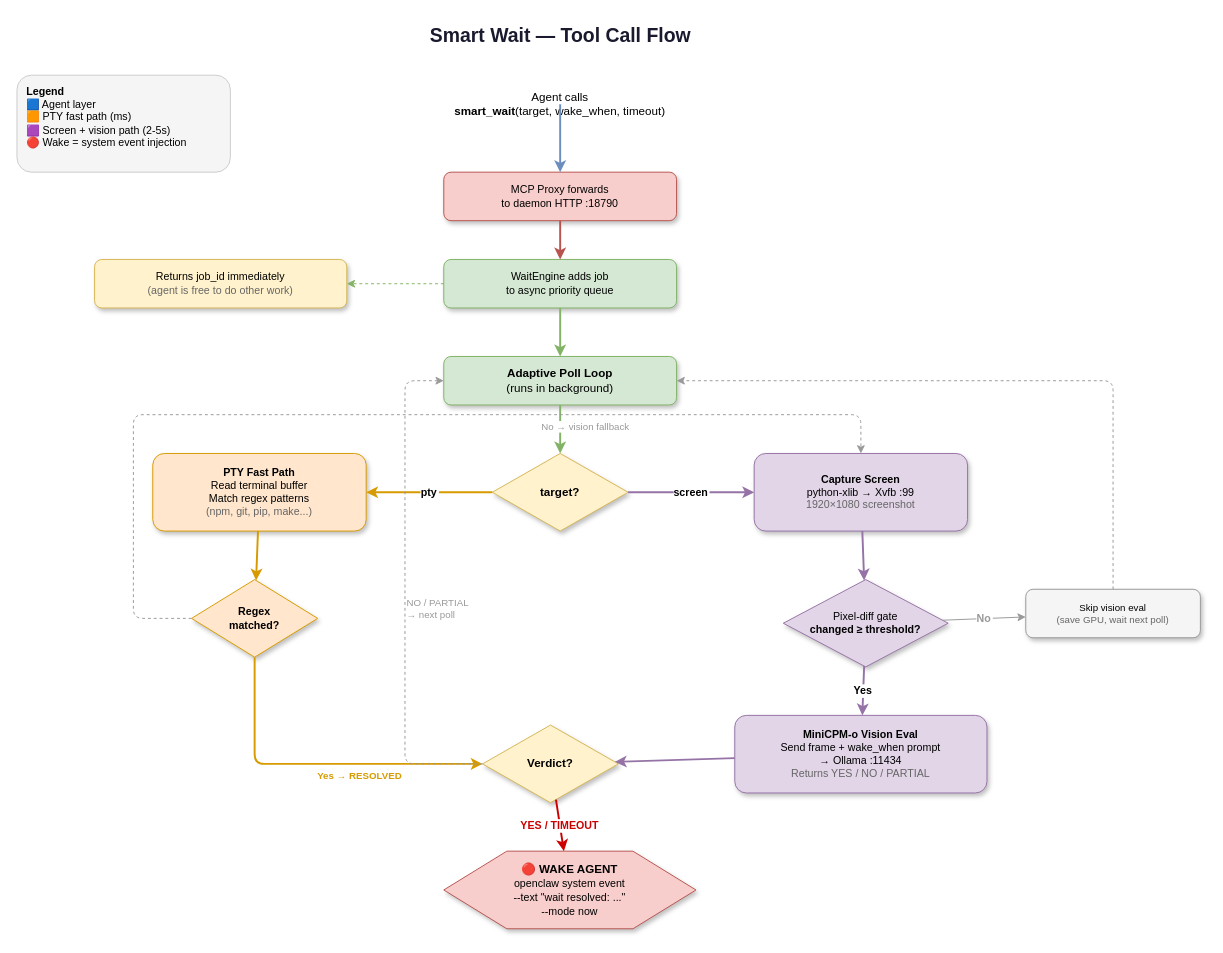
alxdofficial/openclaw-memoriesai keeps this draw.io diagram as docs/diagrams/smart-wait-flow.drawio. Above is the earlier version. Source tidied: cells renumbered, new cells numbered last; positions are measured from the earlier drawing's top-left corner, leaving out a move shared by most shapes. Both pictures are drawn from the tidied source at 97%, with x=0, y=0 at pixel (16, 16).
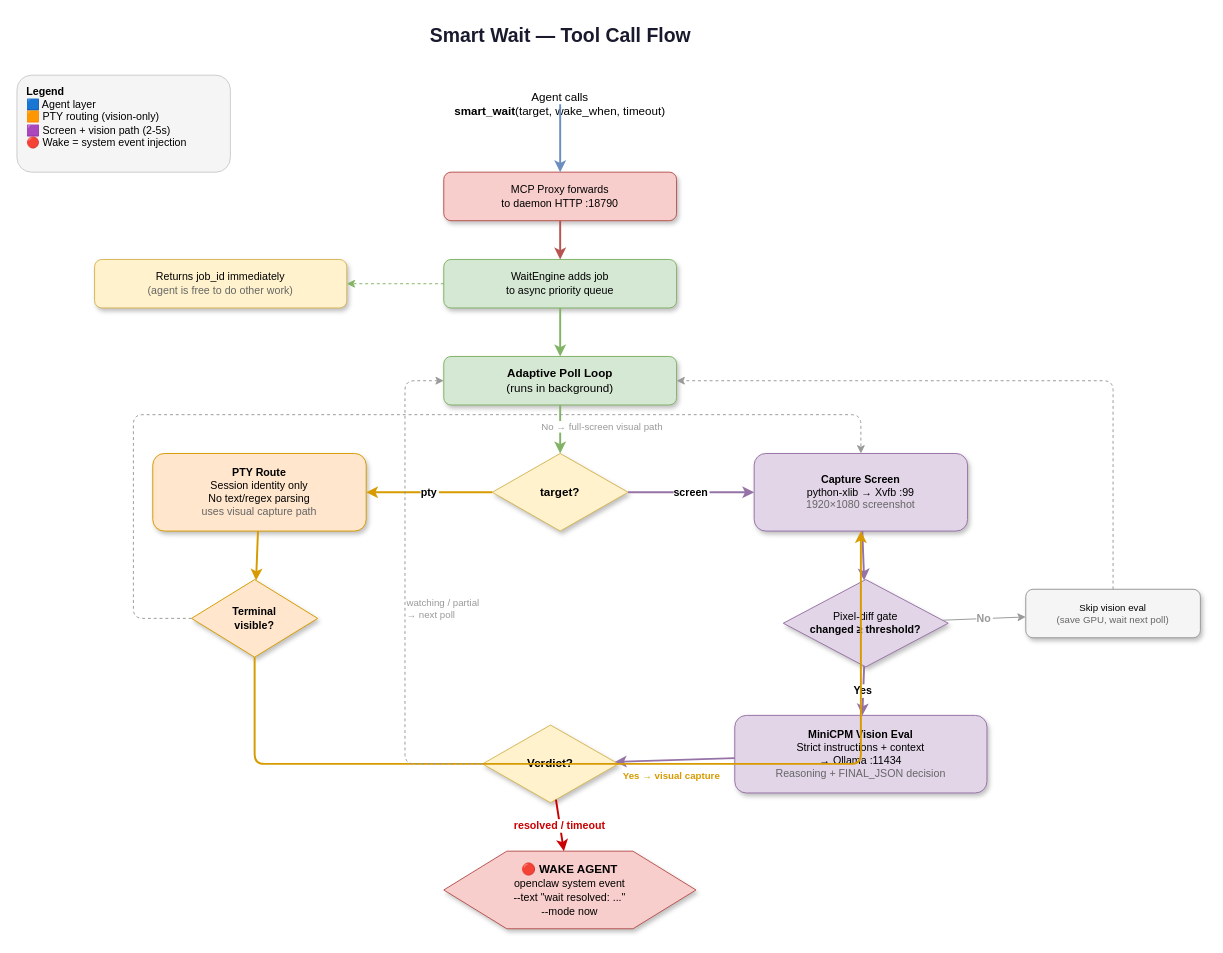
The same page after the edit.

Unchanged cells that the change refers to:
```xml
<mxCell id="16" value="&lt;b&gt;Capture Screen&lt;/b&gt;&lt;br&gt;python-xlib → Xvfb :99&lt;br&gt;&lt;font color=&quot;#666&quot;&gt;1920×1080 screenshot&lt;/font&gt;" style="rounded=1;whiteSpace=wrap;html=1;fillColor=#e1d5e7;strokeColor=#9673a6;fontSize=11;shadow=1;" parent="1" vertex="1">
  <mxGeometry x="760" y="450" width="220" height="80" as="geometry" />
</mxCell>
<mxCell id="25" value="Verdict?" style="rhombus;whiteSpace=wrap;html=1;fillColor=#fff2cc;strokeColor=#d6b656;fontSize=12;fontStyle=1;shadow=1;" parent="1" vertex="1">
  <mxGeometry x="480" y="730" width="140" height="80" as="geometry" />
</mxCell>
<mxCell id="29" style="edgeStyle=orthogonalEdgeStyle;rounded=1;strokeWidth=1;strokeColor=#999;dashed=1;" parent="1" edge="1" source="27" target="16">
  <mxGeometry relative="1" as="geometry">
    <Array as="points">
      <mxPoint x="120" y="620" />
      <mxPoint x="120" y="410" />
      <mxPoint x="870" y="410" />
    </Array>
  </mxGeometry>
</mxCell>
<mxCell id="33" style="edgeStyle=orthogonalEdgeStyle;rounded=1;strokeWidth=1;strokeColor=#999;dashed=1;" parent="1" edge="1" source="25" target="10">
  <mxGeometry relative="1" as="geometry">
    <Array as="points">
      <mxPoint x="400" y="770" />
      <mxPoint x="400" y="375" />
    </Array>
  </mxGeometry>
</mxCell>
<mxCell id="35" value="&lt;b&gt;🔴 WAKE AGENT&lt;/b&gt;&lt;br&gt;&lt;font style=&quot;font-size:11px&quot;&gt;openclaw system event&lt;br&gt;--text &quot;wait resolved: ...&quot;&lt;br&gt;--mode now&lt;/font&gt;" style="shape=hexagon;perimeter=hexagonPerimeter2;whiteSpace=wrap;html=1;fillColor=#f8cecc;strokeColor=#b85450;fontSize=12;shadow=1;" parent="1" vertex="1">
  <mxGeometry x="440" y="860" width="260" height="80" as="geometry" />
</mxCell>
```

Change to the diagram source:
```diff
@@
-    <mxCell id="14" value="&lt;b&gt;PTY Fast Path&lt;/b&gt;&lt;br&gt;Read terminal buffer&lt;br&gt;Match regex patterns&lt;br&gt;&lt;font color=&quot;#666&quot;&gt;(npm, git, pip, make...)&lt;/font&gt;" style="rounded=1;whiteSpace=wrap;html=1;fillColor=#ffe6cc;strokeColor=#d79b00;fontSize=11;shadow=1;" parent="1" vertex="1">
+    <mxCell id="14" value="&lt;b&gt;PTY Route&lt;/b&gt;&lt;br&gt;Session identity only&lt;br&gt;No text/regex parsing&lt;br&gt;&lt;font color=&quot;#666&quot;&gt;uses visual capture path&lt;/font&gt;" style="rounded=1;whiteSpace=wrap;html=1;fillColor=#ffe6cc;strokeColor=#d79b00;fontSize=11;shadow=1;" parent="1" vertex="1">
       <mxGeometry x="140" y="450" width="220" height="80" as="geometry" />
     </mxCell>
@@
-    <mxCell id="23" value="&lt;b&gt;MiniCPM-o Vision Eval&lt;/b&gt;&lt;br&gt;Send frame + wake_when prompt&lt;br&gt;→ Ollama :11434&lt;br&gt;&lt;font color=&quot;#666&quot;&gt;Returns YES / NO / PARTIAL&lt;/font&gt;" style="rounded=1;whiteSpace=wrap;html=1;fillColor=#e1d5e7;strokeColor=#9673a6;fontSize=11;shadow=1;" parent="1" vertex="1">
+    <mxCell id="23" value="&lt;b&gt;MiniCPM Vision Eval&lt;/b&gt;&lt;br&gt;Strict instructions + context&lt;br&gt;→ Ollama :11434&lt;br&gt;&lt;font color=&quot;#666&quot;&gt;Reasoning + FINAL_JSON decision&lt;/font&gt;" style="rounded=1;whiteSpace=wrap;html=1;fillColor=#e1d5e7;strokeColor=#9673a6;fontSize=11;shadow=1;" parent="1" vertex="1">
       <mxGeometry x="740" y="720" width="260" height="80" as="geometry" />
     </mxCell>
@@
-    <mxCell id="27" value="Regex&lt;br&gt;matched?" style="rhombus;whiteSpace=wrap;html=1;fillColor=#ffe6cc;strokeColor=#d79b00;fontSize=11;fontStyle=1;shadow=1;" parent="1" vertex="1">
+    <mxCell id="27" value="Terminal&lt;br&gt;visible?" style="rhombus;whiteSpace=wrap;html=1;fillColor=#ffe6cc;strokeColor=#d79b00;fontSize=11;fontStyle=1;shadow=1;" parent="1" vertex="1">
       <mxGeometry x="180" y="580" width="130" height="80" as="geometry" />
     </mxCell>
@@
-    <mxCell id="30" value="No → vision fallback" style="edgeLabel;html=1;fontSize=10;fontColor=#999;" parent="29" vertex="1">
+    <mxCell id="30" value="No → full-screen visual path" style="edgeLabel;html=1;fontSize=10;fontColor=#999;" parent="29" vertex="1">
       <mxGeometry x="0.3" relative="1" as="geometry" />
     </mxCell>
-    <mxCell id="31" style="edgeStyle=orthogonalEdgeStyle;rounded=1;strokeWidth=2;strokeColor=#d79b00;" parent="1" edge="1" source="27" target="25">
+    <mxCell id="31" style="edgeStyle=orthogonalEdgeStyle;rounded=1;strokeWidth=2;strokeColor=#d79b00;" parent="1" edge="1" source="27" target="16">
       <mxGeometry relative="1" as="geometry">
         <Array as="points">
           <mxPoint x="245" y="770" />
         </Array>
       </mxGeometry>
     </mxCell>
-    <mxCell id="32" value="Yes → RESOLVED" style="edgeLabel;html=1;fontSize=10;fontColor=#d79b00;fontStyle=1;" parent="31" vertex="1">
+    <mxCell id="32" value="Yes → visual capture" style="edgeLabel;html=1;fontSize=10;fontColor=#d79b00;fontStyle=1;" parent="31" vertex="1">
       <mxGeometry relative="1" as="geometry" />
     </mxCell>
@@
-    <mxCell id="34" value="NO / PARTIAL&lt;br&gt;→ next poll" style="edgeLabel;html=1;fontSize=10;fontColor=#999;" parent="33" vertex="1">
+    <mxCell id="34" value="watching / partial&lt;br&gt;→ next poll" style="edgeLabel;html=1;fontSize=10;fontColor=#999;" parent="33" vertex="1">
       <mxGeometry relative="1" as="geometry" />
     </mxCell>
@@
-    <mxCell id="36" value="YES / TIMEOUT" style="rounded=1;strokeWidth=2;strokeColor=#cc0000;fontStyle=1;fontSize=11;fontColor=#cc0000;" parent="1" edge="1" source="25" target="35">
+    <mxCell id="36" value="resolved / timeout" style="rounded=1;strokeWidth=2;strokeColor=#cc0000;fontStyle=1;fontSize=11;fontColor=#cc0000;" parent="1" edge="1" source="25" target="35">
       <mxGeometry relative="1" as="geometry" />
     </mxCell>
-    <mxCell id="37" value="&lt;b&gt;Legend&lt;/b&gt;&lt;br&gt;🟦 Agent layer&lt;br&gt;🟧 PTY fast path (ms)&lt;br&gt;🟪 Screen + vision path (2-5s)&lt;br&gt;🔴 Wake = system event injection" style="text;html=1;fontSize=11;align=left;verticalAlign=top;fillColor=#f5f5f5;strokeColor=#ccc;rounded=1;spacingLeft=8;spacingTop=4;" parent="1" vertex="1">
+    <mxCell id="37" value="&lt;b&gt;Legend&lt;/b&gt;&lt;br&gt;🟦 Agent layer&lt;br&gt;🟧 PTY routing (vision-only)&lt;br&gt;🟪 Screen + vision path (2-5s)&lt;br&gt;🔴 Wake = system event injection" style="text;html=1;fontSize=11;align=left;verticalAlign=top;fillColor=#f5f5f5;strokeColor=#ccc;rounded=1;spacingLeft=8;spacingTop=4;" parent="1" vertex="1">
       <mxGeometry y="60" width="220" height="100" as="geometry" />
     </mxCell>
```
